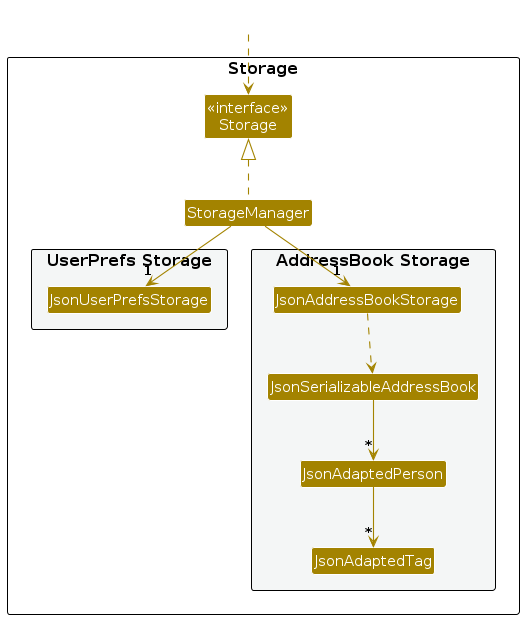
AY2627S1-CS2103T-T12-2/tp keeps this PlantUML diagram as diagrams/StorageClassDiagram.png. Above is the earlier version. Its source is kept beside it as diagrams/StorageClassDiagram.puml. Source of this version:
```plantuml
@startuml
!include style.puml
skinparam arrowThickness 1.1
skinparam arrowColor STORAGE_COLOR
skinparam classBackgroundColor STORAGE_COLOR

package Storage as StoragePackage {

Class "<<interface>>\nStorage" as Storage
Class StorageManager

package "UserPrefs Storage" #F4F6F6{
Class JsonUserPrefsStorage
}

package "AddressBook Storage" #F4F6F6{
Class JsonAddressBookStorage
Class JsonSerializableAddressBook
Class JsonAdaptedPerson
Class JsonAdaptedTag
}

}

Class HiddenOutside #FFFFFF
HiddenOutside ..> Storage

StorageManager .up.|> Storage
StorageManager -down-> "1" JsonUserPrefsStorage
StorageManager -down-> "1" JsonAddressBookStorage

JsonAddressBookStorage ..> JsonSerializableAddressBook
JsonSerializableAddressBook --> "*" JsonAdaptedPerson
JsonAdaptedPerson --> "*" JsonAdaptedTag

@enduml
```
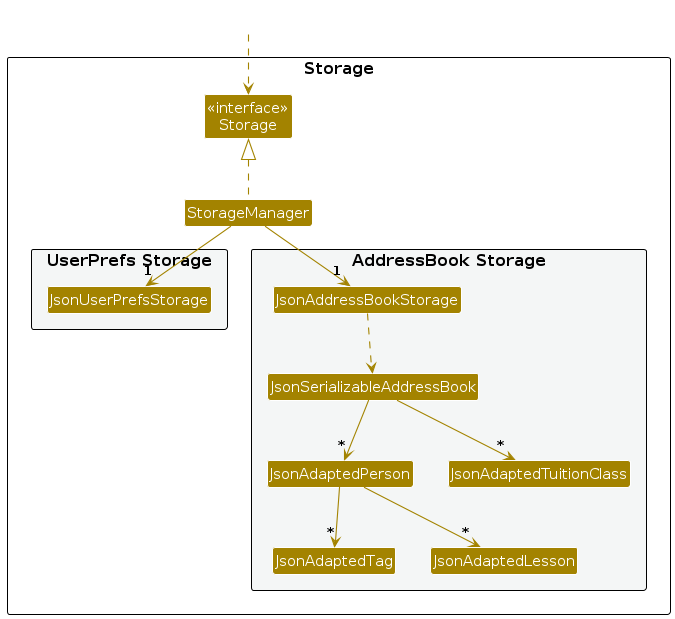
The same diagram one commit later.

Diff of the diagram source:
```diff
@@ -18,6 +18,8 @@
 Class JsonSerializableAddressBook
 Class JsonAdaptedPerson
 Class JsonAdaptedTag
+Class JsonAdaptedLesson
+Class JsonAdaptedTuitionClass
 }
 
 }
@@ -31,6 +33,8 @@
 
 JsonAddressBookStorage ..> JsonSerializableAddressBook
 JsonSerializableAddressBook --> "*" JsonAdaptedPerson
+JsonSerializableAddressBook --> "*" JsonAdaptedTuitionClass
 JsonAdaptedPerson --> "*" JsonAdaptedTag
+JsonAdaptedPerson --> "*" JsonAdaptedLesson
 
 @enduml
```
